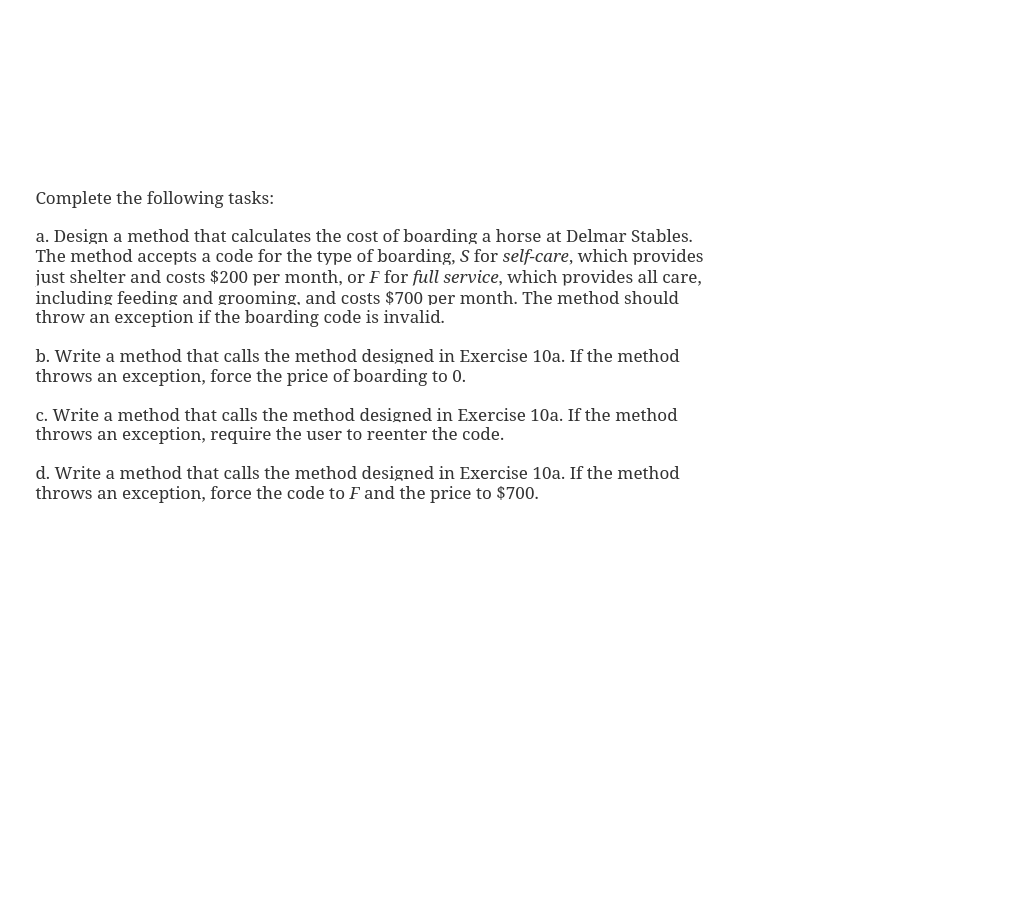
Before: Problem Solving/stables.drawio in sweetrellish/python_work1, a draw.io diagram. Source tidied: cells renumbered, new cells numbered last; positions are measured from the earlier drawing's top-left corner, leaving out a move shared by most shapes. Both pictures are drawn from the tidied source at 122%, with x=0, y=0 at pixel (33, 179).
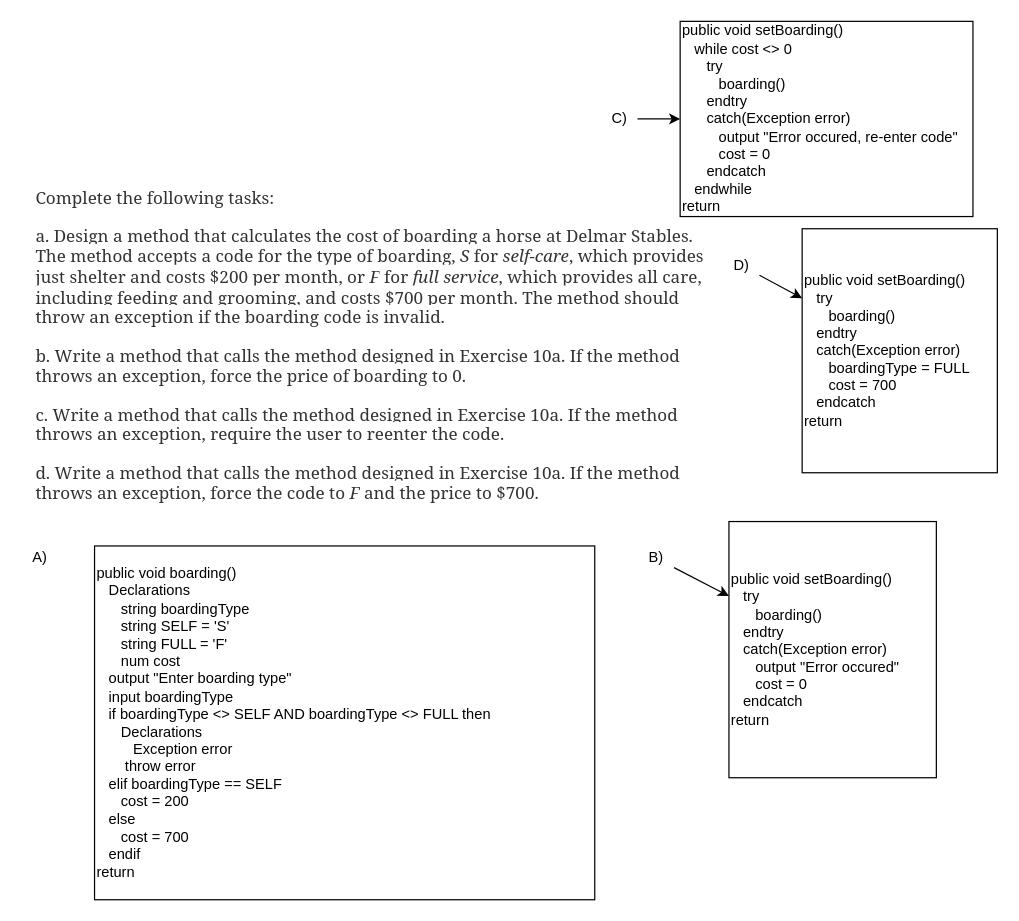
The same diagram, later.

Diff of the diagram source:
```diff
@@
 <mxGraphModel>
   <root>
     <mxCell id="0" />
     <mxCell id="1" parent="0" />
     <mxCell id="2" value="&lt;span style=&quot;color: rgb(51, 51, 51); font-family: georgia, times, &amp;quot;times new roman&amp;quot;, serif; font-size: 14px; font-style: normal; font-weight: 400; letter-spacing: normal; text-indent: 0px; text-transform: none; word-spacing: 0px; background-color: rgb(255, 255, 255); display: inline; float: none;&quot;&gt;Complete the following tasks:&lt;/span&gt;&lt;br style=&quot;color: rgb(51, 51, 51); font-family: georgia, times, &amp;quot;times new roman&amp;quot;, serif; font-size: 14px; font-style: normal; font-weight: 400; letter-spacing: normal; text-indent: 0px; text-transform: none; word-spacing: 0px; background-color: rgb(255, 255, 255);&quot;&gt;&lt;br style=&quot;color: rgb(51, 51, 51); font-family: georgia, times, &amp;quot;times new roman&amp;quot;, serif; font-size: 14px; font-style: normal; font-weight: 400; letter-spacing: normal; text-indent: 0px; text-transform: none; word-spacing: 0px; background-color: rgb(255, 255, 255);&quot;&gt;&lt;span style=&quot;color: rgb(51, 51, 51); font-family: georgia, times, &amp;quot;times new roman&amp;quot;, serif; font-size: 14px; font-style: normal; font-weight: 400; letter-spacing: normal; text-indent: 0px; text-transform: none; word-spacing: 0px; background-color: rgb(255, 255, 255); display: inline; float: none;&quot;&gt;a. Design a method that calculates the cost of boarding a horse at Delmar Stables. The method accepts a code for the type of boarding,&lt;span&gt;&amp;nbsp;&lt;/span&gt;&lt;/span&gt;&lt;em style=&quot;color: rgb(51, 51, 51); font-family: georgia, times, &amp;quot;times new roman&amp;quot;, serif; font-size: 14px; font-weight: 400; letter-spacing: normal; text-indent: 0px; text-transform: none; word-spacing: 0px; background-color: rgb(255, 255, 255);&quot;&gt;S&lt;/em&gt;&lt;span style=&quot;color: rgb(51, 51, 51); font-family: georgia, times, &amp;quot;times new roman&amp;quot;, serif; font-size: 14px; font-style: normal; font-weight: 400; letter-spacing: normal; text-indent: 0px; text-transform: none; word-spacing: 0px; background-color: rgb(255, 255, 255); display: inline; float: none;&quot;&gt;&lt;span&gt;&amp;nbsp;&lt;/span&gt;for&lt;span&gt;&amp;nbsp;&lt;/span&gt;&lt;/span&gt;&lt;em style=&quot;color: rgb(51, 51, 51); font-family: georgia, times, &amp;quot;times new roman&amp;quot;, serif; font-size: 14px; font-weight: 400; letter-spacing: normal; text-indent: 0px; text-transform: none; word-spacing: 0px; background-color: rgb(255, 255, 255);&quot;&gt;self-care&lt;/em&gt;&lt;span style=&quot;color: rgb(51, 51, 51); font-family: georgia, times, &amp;quot;times new roman&amp;quot;, serif; font-size: 14px; font-style: normal; font-weight: 400; letter-spacing: normal; text-indent: 0px; text-transform: none; word-spacing: 0px; background-color: rgb(255, 255, 255); display: inline; float: none;&quot;&gt;, which provides just shelter and costs $200 per month, or&lt;span&gt;&amp;nbsp;&lt;/span&gt;&lt;/span&gt;&lt;em style=&quot;color: rgb(51, 51, 51); font-family: georgia, times, &amp;quot;times new roman&amp;quot;, serif; font-size: 14px; font-weight: 400; letter-spacing: normal; text-indent: 0px; text-transform: none; word-spacing: 0px; background-color: rgb(255, 255, 255);&quot;&gt;F&lt;/em&gt;&lt;span style=&quot;color: rgb(51, 51, 51); font-family: georgia, times, &amp;quot;times new roman&amp;quot;, serif; font-size: 14px; font-style: normal; font-weight: 400; letter-spacing: normal; text-indent: 0px; text-transform: none; word-spacing: 0px; background-color: rgb(255, 255, 255); display: inline; float: none;&quot;&gt;&lt;span&gt;&amp;nbsp;&lt;/span&gt;for&lt;span&gt;&amp;nbsp;&lt;/span&gt;&lt;/span&gt;&lt;em style=&quot;color: rgb(51, 51, 51); font-family: georgia, times, &amp;quot;times new roman&amp;quot;, serif; font-size: 14px; font-weight: 400; letter-spacing: normal; text-indent: 0px; text-transform: none; word-spacing: 0px; background-color: rgb(255, 255, 255);&quot;&gt;full service&lt;/em&gt;&lt;span style=&quot;color: rgb(51, 51, 51); font-family: georgia, times, &amp;quot;times new roman&amp;quot;, serif; font-size: 14px; font-style: normal; font-weight: 400; letter-spacing: normal; text-indent: 0px; text-transform: none; word-spacing: 0px; background-color: rgb(255, 255, 255); display: inline; float: none;&quot;&gt;, which provides all care, including feeding and grooming, and costs $700 per month. The method should throw an exception if the boarding code is invalid.&lt;/span&gt;&lt;br style=&quot;color: rgb(51, 51, 51); font-family: georgia, times, &amp;quot;times new roman&amp;quot;, serif; font-size: 14px; font-style: normal; font-weight: 400; letter-spacing: normal; text-indent: 0px; text-transform: none; word-spacing: 0px; background-color: rgb(255, 255, 255);&quot;&gt;&lt;br style=&quot;color: rgb(51, 51, 51); font-family: georgia, times, &amp;quot;times new roman&amp;quot;, serif; font-size: 14px; font-style: normal; font-weight: 400; letter-spacing: normal; text-indent: 0px; text-transform: none; word-spacing: 0px; background-color: rgb(255, 255, 255);&quot;&gt;&lt;span style=&quot;color: rgb(51, 51, 51); font-family: georgia, times, &amp;quot;times new roman&amp;quot;, serif; font-size: 14px; font-style: normal; font-weight: 400; letter-spacing: normal; text-indent: 0px; text-transform: none; word-spacing: 0px; background-color: rgb(255, 255, 255); display: inline; float: none;&quot;&gt;b. Write a method that calls the method designed in Exercise 10a. If the method throws an exception, force the price of boarding to 0.&lt;/span&gt;&lt;br style=&quot;color: rgb(51, 51, 51); font-family: georgia, times, &amp;quot;times new roman&amp;quot;, serif; font-size: 14px; font-style: normal; font-weight: 400; letter-spacing: normal; text-indent: 0px; text-transform: none; word-spacing: 0px; background-color: rgb(255, 255, 255);&quot;&gt;&lt;br style=&quot;color: rgb(51, 51, 51); font-family: georgia, times, &amp;quot;times new roman&amp;quot;, serif; font-size: 14px; font-style: normal; font-weight: 400; letter-spacing: normal; text-indent: 0px; text-transform: none; word-spacing: 0px; background-color: rgb(255, 255, 255);&quot;&gt;&lt;span style=&quot;color: rgb(51, 51, 51); font-family: georgia, times, &amp;quot;times new roman&amp;quot;, serif; font-size: 14px; font-style: normal; font-weight: 400; letter-spacing: normal; text-indent: 0px; text-transform: none; word-spacing: 0px; background-color: rgb(255, 255, 255); display: inline; float: none;&quot;&gt;c. Write a method that calls the method designed in Exercise 10a. If the method throws an exception, require the user to reenter the code.&lt;/span&gt;&lt;br style=&quot;color: rgb(51, 51, 51); font-family: georgia, times, &amp;quot;times new roman&amp;quot;, serif; font-size: 14px; font-style: normal; font-weight: 400; letter-spacing: normal; text-indent: 0px; text-transform: none; word-spacing: 0px; background-color: rgb(255, 255, 255);&quot;&gt;&lt;br style=&quot;color: rgb(51, 51, 51); font-family: georgia, times, &amp;quot;times new roman&amp;quot;, serif; font-size: 14px; font-style: normal; font-weight: 400; letter-spacing: normal; text-indent: 0px; text-transform: none; word-spacing: 0px; background-color: rgb(255, 255, 255);&quot;&gt;&lt;span style=&quot;color: rgb(51, 51, 51); font-family: georgia, times, &amp;quot;times new roman&amp;quot;, serif; font-size: 14px; font-style: normal; font-weight: 400; letter-spacing: normal; text-indent: 0px; text-transform: none; word-spacing: 0px; background-color: rgb(255, 255, 255); display: inline; float: none;&quot;&gt;d. Write a method that calls the method designed in Exercise 10a. If the method throws an exception, force the code to&lt;span&gt;&amp;nbsp;&lt;/span&gt;&lt;/span&gt;&lt;em style=&quot;color: rgb(51, 51, 51); font-family: georgia, times, &amp;quot;times new roman&amp;quot;, serif; font-size: 14px; font-weight: 400; letter-spacing: normal; text-indent: 0px; text-transform: none; word-spacing: 0px; background-color: rgb(255, 255, 255);&quot;&gt;F&lt;/em&gt;&lt;span style=&quot;color: rgb(51, 51, 51); font-family: georgia, times, &amp;quot;times new roman&amp;quot;, serif; font-size: 14px; font-style: normal; font-weight: 400; letter-spacing: normal; text-indent: 0px; text-transform: none; word-spacing: 0px; background-color: rgb(255, 255, 255); display: inline; float: none;&quot;&gt;&lt;span&gt;&amp;nbsp;&lt;/span&gt;and the price to $700.&lt;/span&gt;" style="text;whiteSpace=wrap;html=1;" parent="1" vertex="1">
       <mxGeometry width="550" height="250" as="geometry" />
     </mxCell>
+    <mxCell id="3" value="public void boarding()&lt;br&gt;&amp;nbsp; &amp;nbsp;Declarations&lt;br&gt;&amp;nbsp; &amp;nbsp; &amp;nbsp; string boardingType&lt;br&gt;&amp;nbsp; &amp;nbsp; &amp;nbsp; string SELF = 'S'&lt;br&gt;&amp;nbsp; &amp;nbsp; &amp;nbsp; string FULL = 'F'&lt;br&gt;&amp;nbsp; &amp;nbsp; &amp;nbsp; num cost&lt;br&gt;&amp;nbsp; &amp;nbsp;output &quot;Enter boarding type&quot;&lt;br&gt;&amp;nbsp; &amp;nbsp;input boardingType&lt;br&gt;&amp;nbsp; &amp;nbsp;if boardingType &amp;lt;&amp;gt; SELF AND boardingType &amp;lt;&amp;gt; FULL then&lt;br&gt;&amp;nbsp; &amp;nbsp; &amp;nbsp; Declarations&lt;br&gt;&amp;nbsp; &amp;nbsp; &amp;nbsp; &amp;nbsp; &amp;nbsp;Exception error&lt;br&gt;&amp;nbsp; &amp;nbsp; &amp;nbsp; &amp;nbsp;throw error&lt;br&gt;&amp;nbsp; &amp;nbsp;elif boardingType == SELF&lt;br&gt;&amp;nbsp; &amp;nbsp; &amp;nbsp; cost = 200&lt;br&gt;&amp;nbsp; &amp;nbsp;else&lt;br&gt;&amp;nbsp; &amp;nbsp; &amp;nbsp; cost = 700&lt;br&gt;&amp;nbsp; &amp;nbsp;endif&lt;br&gt;return" style="whiteSpace=wrap;html=1;align=left;" parent="1" vertex="1">
+      <mxGeometry x="50" y="300" width="410" height="290" as="geometry" />
+    </mxCell>
+    <mxCell id="4" value="A)" style="text;html=1;align=center;verticalAlign=middle;strokeColor=none;fillColor=none;" parent="1" vertex="1">
+      <mxGeometry x="-10" y="300" width="30" height="20" as="geometry" />
+    </mxCell>
+    <mxCell id="5" style="edgeStyle=none;html=1;" parent="1" edge="1" source="6" target="7">
+      <mxGeometry relative="1" as="geometry" />
+    </mxCell>
+    <mxCell id="6" value="B)" style="text;html=1;align=center;verticalAlign=middle;points=[];strokeColor=none;fillColor=none;" parent="1" vertex="1">
+      <mxGeometry x="495" y="300" width="30" height="20" as="geometry" />
+    </mxCell>
+    <mxCell id="7" value="public void setBoarding()&lt;br&gt;&amp;nbsp; &amp;nbsp;try&lt;br&gt;&amp;nbsp; &amp;nbsp; &amp;nbsp; boarding()&lt;br&gt;&amp;nbsp; &amp;nbsp;endtry&lt;br&gt;&amp;nbsp; &amp;nbsp;catch(Exception error)&lt;br&gt;&amp;nbsp; &amp;nbsp; &amp;nbsp; output &quot;Error occured&quot;&lt;br&gt;&amp;nbsp; &amp;nbsp; &amp;nbsp; cost = 0&lt;br&gt;&amp;nbsp; &amp;nbsp;endcatch&lt;br&gt;return" style="whiteSpace=wrap;html=1;align=left;" parent="1" vertex="1">
+      <mxGeometry x="570" y="280" width="170" height="210" as="geometry" />
+    </mxCell>
+    <mxCell id="8" style="edgeStyle=none;html=1;" parent="1" edge="1" source="9" target="10">
+      <mxGeometry relative="1" as="geometry" />
+    </mxCell>
+    <mxCell id="9" value="C)" style="text;html=1;align=center;verticalAlign=middle;points=[];strokeColor=none;fillColor=none;" parent="1" vertex="1">
+      <mxGeometry x="465" y="-60" width="30" height="20" as="geometry" />
+    </mxCell>
+    <mxCell id="10" value="&lt;span&gt;public void setBoarding()&lt;/span&gt;&lt;br&gt;&lt;span&gt;&amp;nbsp; &amp;nbsp;while cost &amp;lt;&amp;gt; 0&lt;br&gt;&amp;nbsp; &amp;nbsp; &amp;nbsp; try&lt;/span&gt;&lt;br&gt;&lt;span&gt;&amp;nbsp; &amp;nbsp; &amp;nbsp; &amp;nbsp; &amp;nbsp;boarding()&lt;/span&gt;&lt;br&gt;&lt;span&gt;&amp;nbsp; &amp;nbsp; &amp;nbsp; endtry&lt;/span&gt;&lt;br&gt;&lt;span&gt;&amp;nbsp; &amp;nbsp; &amp;nbsp; catch(Exception error)&lt;/span&gt;&lt;br&gt;&lt;span&gt;&amp;nbsp; &amp;nbsp; &amp;nbsp; &amp;nbsp; &amp;nbsp;output &quot;Error occured, re-enter code&quot;&lt;br&gt;&lt;/span&gt;&amp;nbsp; &amp;nbsp; &amp;nbsp; &amp;nbsp; &amp;nbsp;cost = 0&lt;br&gt;&lt;span&gt;&amp;nbsp; &amp;nbsp; &amp;nbsp; endcatch&lt;/span&gt;&lt;span&gt;&lt;br&gt;&lt;/span&gt;&amp;nbsp; &amp;nbsp;endwhile&lt;br&gt;&lt;span&gt;return&lt;/span&gt;" style="whiteSpace=wrap;html=1;align=left;" parent="1" vertex="1">
+      <mxGeometry x="530" y="-130" width="240" height="160" as="geometry" />
+    </mxCell>
+    <mxCell id="11" style="edgeStyle=none;html=1;" parent="1" edge="1" source="12" target="13">
+      <mxGeometry relative="1" as="geometry" />
+    </mxCell>
+    <mxCell id="12" value="D)" style="text;html=1;align=center;verticalAlign=middle;points=[];strokeColor=none;fillColor=none;" parent="1" vertex="1">
+      <mxGeometry x="565" y="60" width="30" height="20" as="geometry" />
+    </mxCell>
+    <mxCell id="13" value="&lt;span&gt;public void setBoarding()&lt;/span&gt;&lt;br&gt;&lt;span&gt;&amp;nbsp; &amp;nbsp;try&lt;/span&gt;&lt;br&gt;&lt;span&gt;&amp;nbsp; &amp;nbsp; &amp;nbsp; boarding()&lt;/span&gt;&lt;br&gt;&lt;span&gt;&amp;nbsp; &amp;nbsp;endtry&lt;/span&gt;&lt;br&gt;&lt;span&gt;&amp;nbsp; &amp;nbsp;catch(Exception error)&lt;/span&gt;&lt;br&gt;&lt;span&gt;&amp;nbsp; &amp;nbsp; &amp;nbsp; boardingType = FULL&lt;br&gt;&lt;/span&gt;&amp;nbsp; &amp;nbsp; &amp;nbsp; cost = 700&lt;br&gt;&lt;span&gt;&amp;nbsp; &amp;nbsp;endcatch&lt;/span&gt;&lt;br&gt;&lt;span&gt;return&lt;/span&gt;" style="whiteSpace=wrap;html=1;align=left;" parent="1" vertex="1">
+      <mxGeometry x="630" y="40" width="160" height="200" as="geometry" />
+    </mxCell>
   </root>
 </mxGraphModel>
```
